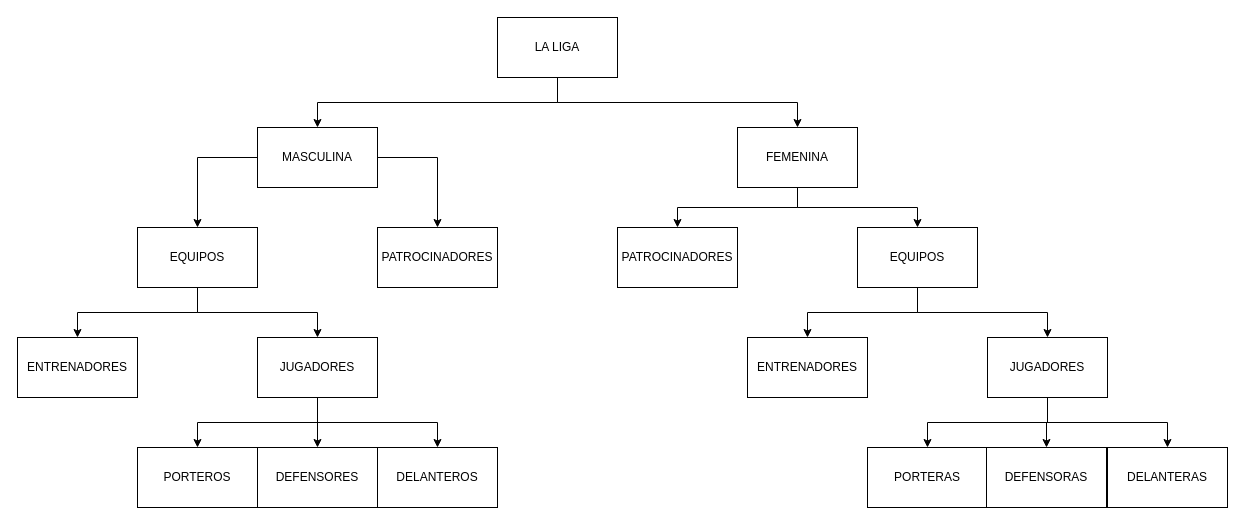
guillerman2001/RepasoProgramacion keeps this draw.io diagram as liga_femenina.drawio. Above is the earlier version. Source tidied: cells renumbered, new cells numbered last; positions are measured from the earlier drawing's top-left corner, leaving out a move shared by most shapes. Both pictures are drawn from the tidied source at 100%, with x=0, y=0 at pixel (17, 17).
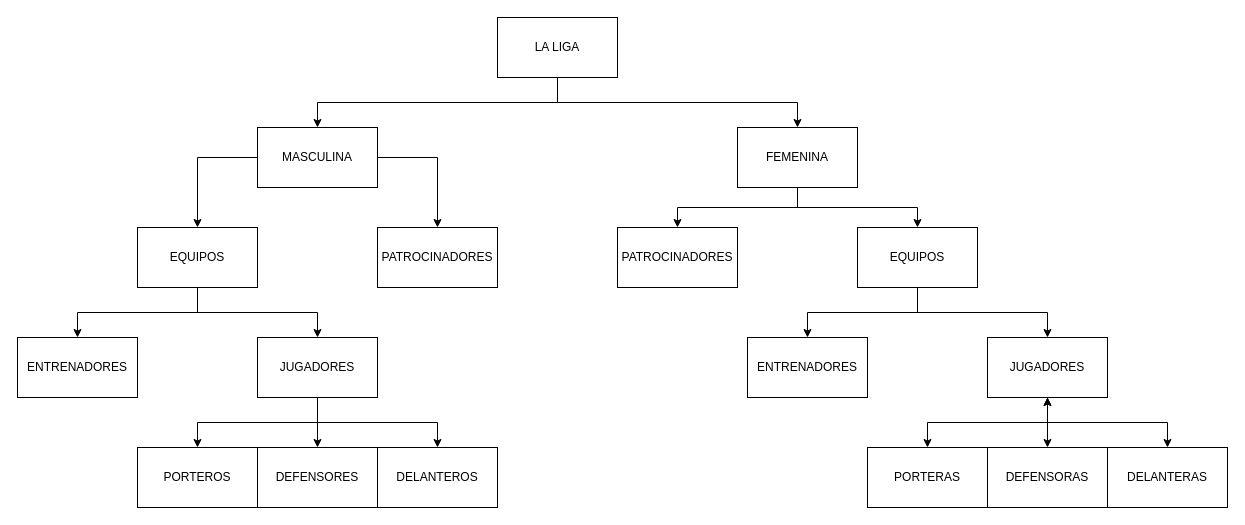
The same page after the edit.

Unchanged cells that the change refers to:
```xml
<mxCell id="27" value="JUGADORES" style="whiteSpace=wrap;html=1;" parent="1" vertex="1">
  <mxGeometry x="970" y="320" width="120" height="60" as="geometry" />
</mxCell>
<mxCell id="32" value="PORTERAS" style="whiteSpace=wrap;html=1;" parent="1" vertex="1">
  <mxGeometry x="850" y="430" width="120" height="60" as="geometry" />
</mxCell>
<mxCell id="34" value="DELANTERAS" style="whiteSpace=wrap;html=1;" parent="1" vertex="1">
  <mxGeometry x="1090" y="430" width="120" height="60" as="geometry" />
</mxCell>
```

The edit, as a diff of the source:
```diff
@@
-    <mxCell id="24" style="edgeStyle=orthogonalEdgeStyle;rounded=0;jettySize=auto;html=1;exitX=0.5;exitY=1;exitDx=0;exitDy=0;" parent="1" edge="1" source="27" target="33">
+    <mxCell id="24" style="edgeStyle=orthogonalEdgeStyle;rounded=0;jettySize=auto;html=1;exitX=0.5;exitY=1;exitDx=0;exitDy=0;startArrow=classic;startFill=1;entryX=0.5;entryY=0;entryDx=0;entryDy=0;" parent="1" edge="1" source="27" target="33">
       <mxGeometry relative="1" as="geometry" />
     </mxCell>
-    <mxCell id="25" style="edgeStyle=orthogonalEdgeStyle;rounded=0;jettySize=auto;html=1;exitX=0.5;exitY=1;exitDx=0;exitDy=0;entryX=0.5;entryY=0;entryDx=0;entryDy=0;" parent="1" edge="1" source="27" target="32">
+    <mxCell id="25" style="edgeStyle=orthogonalEdgeStyle;rounded=0;jettySize=auto;html=1;exitX=0.5;exitY=1;exitDx=0;exitDy=0;entryX=0.5;entryY=0;entryDx=0;entryDy=0;startArrow=classic;startFill=1;" parent="1" edge="1" source="27" target="32">
       <mxGeometry relative="1" as="geometry" />
     </mxCell>
     <mxCell id="26" style="edgeStyle=orthogonalEdgeStyle;rounded=0;jettySize=auto;html=1;exitX=0.5;exitY=1;exitDx=0;exitDy=0;" parent="1" edge="1" source="27" target="34">
-      <mxGeometry relative="1" as="geometry" />
+      <mxGeometry relative="1" as="geometry">
+        <Array as="points">
+          <mxPoint x="1030" y="405" />
+          <mxPoint x="1150" y="405" />
+        </Array>
+      </mxGeometry>
     </mxCell>
@@
     <mxCell id="33" value="DEFENSORAS" style="whiteSpace=wrap;html=1;" parent="1" vertex="1">
-      <mxGeometry x="969" y="430" width="120" height="60" as="geometry" />
+      <mxGeometry x="970" y="430" width="120" height="60" as="geometry" />
     </mxCell>
```
